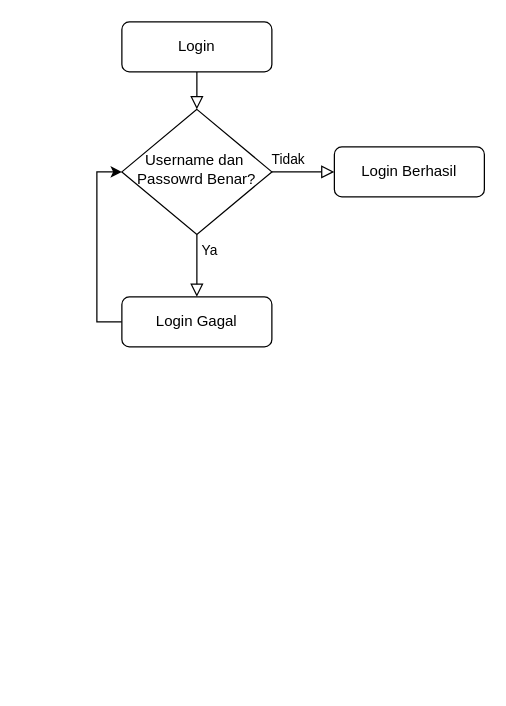
Before: Untitled Diagram.drawio in aththariq/TugasBesarFIX, a draw.io diagram. Source tidied: cells renumbered, new cells numbered last; positions are measured from the earlier drawing's top-left corner, leaving out a move shared by most shapes. Both pictures are drawn from the tidied source at 125%, with x=0, y=0 at pixel (121, 21).
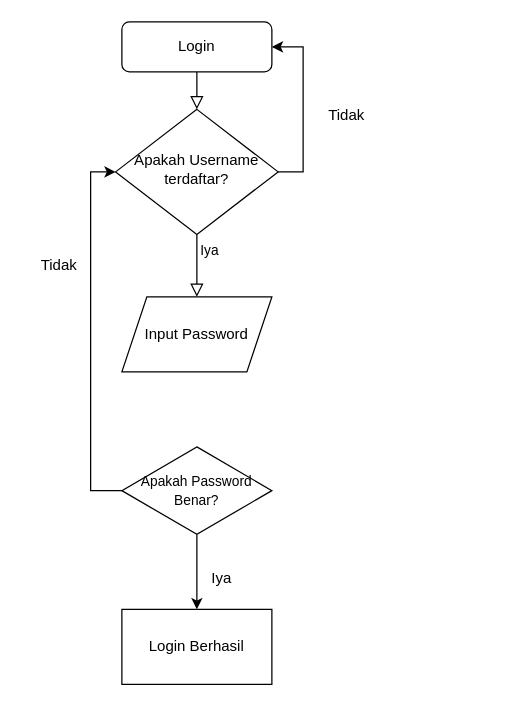
After the change.

Diff of the diagram source:
```diff
@@
 <mxGraphModel>
   <root>
     <mxCell id="0" />
     <mxCell id="1" parent="0" />
     <mxCell id="2" style="rounded=0;html=1;jettySize=auto;fontSize=11;endArrow=block;endFill=0;endSize=8;strokeWidth=1;shadow=0;labelBackgroundColor=none;edgeStyle=orthogonalEdgeStyle;" parent="1" edge="1" source="3" target="6">
       <mxGeometry relative="1" as="geometry" />
     </mxCell>
     <mxCell id="3" value="Login" style="rounded=1;whiteSpace=wrap;html=1;fontSize=12;glass=0;strokeWidth=1;shadow=0;" parent="1" vertex="1">
       <mxGeometry width="120" height="40" as="geometry" />
     </mxCell>
-    <mxCell id="4" value="Ya" style="rounded=0;html=1;jettySize=auto;fontSize=11;endArrow=block;endFill=0;endSize=8;strokeWidth=1;shadow=0;labelBackgroundColor=none;edgeStyle=orthogonalEdgeStyle;entryX=0.5;entryY=0;entryDx=0;entryDy=0;" parent="1" edge="1" source="6" target="9">
-      <mxGeometry x="-0.5" y="10" relative="1" as="geometry" />
+    <mxCell id="4" value="Iya" style="rounded=0;html=1;jettySize=auto;fontSize=11;endArrow=block;endFill=0;endSize=8;strokeWidth=1;shadow=0;labelBackgroundColor=none;edgeStyle=orthogonalEdgeStyle;entryX=0.5;entryY=0;entryDx=0;entryDy=0;" parent="1" edge="1" source="6">
+      <mxGeometry x="-0.5" y="10" relative="1" as="geometry">
+        <mxPoint x="60" y="220" as="targetPoint" />
+      </mxGeometry>
     </mxCell>
-    <mxCell id="5" value="Tidak" style="edgeStyle=orthogonalEdgeStyle;rounded=0;html=1;jettySize=auto;fontSize=11;endArrow=block;endFill=0;endSize=8;strokeWidth=1;shadow=0;labelBackgroundColor=none;" parent="1" edge="1" source="6" target="7">
-      <mxGeometry x="-0.5" y="10" relative="1" as="geometry" />
-    </mxCell>
+    <mxCell id="10" style="edgeStyle=orthogonalEdgeStyle;rounded=0;jettySize=auto;html=1;exitX=1;exitY=0.5;exitDx=0;exitDy=0;entryX=1;entryY=0.5;entryDx=0;entryDy=0;" parent="1" edge="1" source="6" target="3">
+      <mxGeometry relative="1" as="geometry" />
+    </mxCell>
-    <mxCell id="6" value="Username dan&amp;nbsp;&lt;br&gt;Passowrd Benar?" style="rhombus;whiteSpace=wrap;html=1;shadow=0;fontFamily=Helvetica;fontSize=12;align=center;strokeWidth=1;spacing=6;spacingTop=-4;" parent="1" vertex="1">
-      <mxGeometry y="70" width="120" height="100" as="geometry" />
+    <mxCell id="6" value="Apakah Username terdaftar?" style="rhombus;whiteSpace=wrap;html=1;shadow=0;fontFamily=Helvetica;fontSize=12;align=center;strokeWidth=1;spacing=6;spacingTop=-4;" parent="1" vertex="1">
+      <mxGeometry x="-5" y="70" width="130" height="100" as="geometry" />
     </mxCell>
+    <mxCell id="11" value="&lt;font style=&quot;font-size: 12px;&quot;&gt;Tidak&lt;/font&gt;" style="text;strokeColor=none;align=center;fillColor=none;html=1;verticalAlign=middle;whiteSpace=wrap;rounded=0;" parent="1" vertex="1">
+      <mxGeometry x="150" y="60" width="60" height="30" as="geometry" />
+    </mxCell>
+    <mxCell id="12" style="edgeStyle=orthogonalEdgeStyle;rounded=0;jettySize=auto;html=1;exitX=0;exitY=0.5;exitDx=0;exitDy=0;entryX=0;entryY=0.5;entryDx=0;entryDy=0;" parent="1" edge="1" source="14" target="6">
+      <mxGeometry relative="1" as="geometry" />
+    </mxCell>
+    <mxCell id="13" style="edgeStyle=orthogonalEdgeStyle;rounded=0;jettySize=auto;html=1;exitX=0.5;exitY=1;exitDx=0;exitDy=0;" parent="1" edge="1" source="14" target="7">
+      <mxGeometry relative="1" as="geometry" />
+    </mxCell>
+    <mxCell id="14" value="&lt;font style=&quot;font-size: 11px;&quot;&gt;Apakah Password Benar?&lt;/font&gt;" style="rhombus;whiteSpace=wrap;html=1;" parent="1" vertex="1">
+      <mxGeometry y="340" width="120" height="70" as="geometry" />
+    </mxCell>
+    <mxCell id="15" value="Tidak" style="text;strokeColor=none;align=center;fillColor=none;html=1;verticalAlign=middle;whiteSpace=wrap;rounded=0;" parent="1" vertex="1">
+      <mxGeometry x="-80" y="180" width="60" height="30" as="geometry" />
+    </mxCell>
-    <mxCell id="7" value="Login Berhasil" style="rounded=1;whiteSpace=wrap;html=1;fontSize=12;glass=0;strokeWidth=1;shadow=0;" parent="1" vertex="1">
-      <mxGeometry x="170" y="100" width="120" height="40" as="geometry" />
+    <mxCell id="7" value="Login Berhasil&lt;br&gt;" style="rounded=0;whiteSpace=wrap;html=1;" parent="1" vertex="1">
+      <mxGeometry y="470" width="120" height="60" as="geometry" />
     </mxCell>
-    <mxCell id="8" style="edgeStyle=orthogonalEdgeStyle;rounded=0;jettySize=auto;html=1;exitX=0;exitY=0.5;exitDx=0;exitDy=0;entryX=0;entryY=0.5;entryDx=0;entryDy=0;" parent="1" edge="1" source="9" target="6">
-      <mxGeometry relative="1" as="geometry" />
-    </mxCell>
-    <mxCell id="9" value="Login Gagal" style="rounded=1;whiteSpace=wrap;html=1;fontSize=12;glass=0;strokeWidth=1;shadow=0;" parent="1" vertex="1">
-      <mxGeometry y="220" width="120" height="40" as="geometry" />
-    </mxCell>
+    <mxCell id="16" value="Iya" style="text;strokeColor=none;align=center;fillColor=none;html=1;verticalAlign=middle;whiteSpace=wrap;rounded=0;" parent="1" vertex="1">
+      <mxGeometry x="50" y="430" width="60" height="30" as="geometry" />
+    </mxCell>
+    <mxCell id="17" value="Input Password" style="shape=parallelogram;perimeter=parallelogramPerimeter;whiteSpace=wrap;html=1;fixedSize=1;" parent="1" vertex="1">
+      <mxGeometry y="220" width="120" height="60" as="geometry" />
+    </mxCell>
   </root>
 </mxGraphModel>
```
